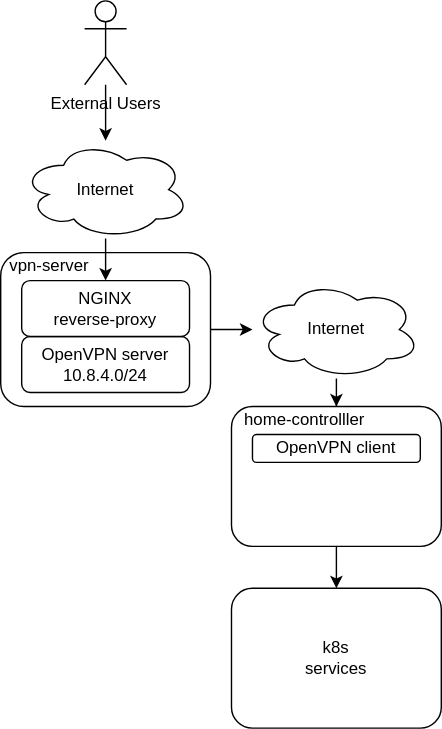
Earlier version of the draw.io export small-dc/docs/network-topology.svg (jveverka/guildelines-and-procedures). Source tidied: cells renumbered, new cells last; positions are measured from the earlier drawing's top-left corner, leaving out a move shared by most shapes. Its diagram source:
```xml
<mxGraphModel>
  <root>
    <mxCell id="0" />
    <mxCell id="1" parent="0" />
    <mxCell id="2" style="edgeStyle=orthogonalEdgeStyle;rounded=0;jettySize=auto;html=1;" parent="1" edge="1" source="3" target="12">
      <mxGeometry relative="1" as="geometry" />
    </mxCell>
    <mxCell id="3" style="rounded=1;whiteSpace=wrap;html=1;" parent="1" vertex="1">
      <mxGeometry y="180" width="150" height="110" as="geometry" />
    </mxCell>
    <mxCell id="4" value="OpenVPN server&lt;br&gt;10.8.4.0/24" style="rounded=1;whiteSpace=wrap;html=1;" parent="1" vertex="1">
      <mxGeometry x="15" y="240" width="120" height="40" as="geometry" />
    </mxCell>
    <mxCell id="5" value="vpn-server" style="text;html=1;strokeColor=none;fillColor=none;align=center;verticalAlign=middle;whiteSpace=wrap;rounded=0;" parent="1" vertex="1">
      <mxGeometry y="180" width="70" height="20" as="geometry" />
    </mxCell>
    <mxCell id="6" value="NGINX&lt;br&gt;reverse-proxy" style="rounded=1;whiteSpace=wrap;html=1;" parent="1" vertex="1">
      <mxGeometry x="15" y="200" width="120" height="40" as="geometry" />
    </mxCell>
    <mxCell id="7" style="edgeStyle=orthogonalEdgeStyle;rounded=0;jettySize=auto;html=1;" parent="1" edge="1" source="8" target="6">
      <mxGeometry relative="1" as="geometry" />
    </mxCell>
    <mxCell id="8" value="Internet" style="ellipse;shape=cloud;whiteSpace=wrap;html=1;" parent="1" vertex="1">
      <mxGeometry x="15" y="100" width="120" height="70" as="geometry" />
    </mxCell>
    <mxCell id="9" style="edgeStyle=orthogonalEdgeStyle;rounded=0;jettySize=auto;html=1;" parent="1" edge="1" source="10" target="8">
      <mxGeometry relative="1" as="geometry" />
    </mxCell>
    <mxCell id="10" value="External Users" style="shape=umlActor;verticalLabelPosition=bottom;verticalAlign=top;html=1;outlineConnect=0;" parent="1" vertex="1">
      <mxGeometry x="60" width="30" height="60" as="geometry" />
    </mxCell>
    <mxCell id="11" style="edgeStyle=orthogonalEdgeStyle;rounded=0;jettySize=auto;html=1;" parent="1" edge="1" source="12" target="14">
      <mxGeometry relative="1" as="geometry" />
    </mxCell>
    <mxCell id="12" value="Internet" style="ellipse;shape=cloud;whiteSpace=wrap;html=1;" parent="1" vertex="1">
      <mxGeometry x="180" y="200" width="120" height="70" as="geometry" />
    </mxCell>
    <mxCell id="13" style="edgeStyle=orthogonalEdgeStyle;rounded=0;jettySize=auto;html=1;" parent="1" edge="1" source="14" target="15">
      <mxGeometry relative="1" as="geometry" />
    </mxCell>
    <mxCell id="14" style="rounded=1;whiteSpace=wrap;html=1;" parent="1" vertex="1">
      <mxGeometry x="165" y="290" width="150" height="100" as="geometry" />
    </mxCell>
    <mxCell id="15" value="k8s&lt;br&gt;services" style="rounded=1;whiteSpace=wrap;html=1;" parent="1" vertex="1">
      <mxGeometry x="165" y="420" width="150" height="100" as="geometry" />
    </mxCell>
    <mxCell id="16" value="home-controlller" style="text;html=1;strokeColor=none;fillColor=none;align=center;verticalAlign=middle;whiteSpace=wrap;rounded=0;" parent="1" vertex="1">
      <mxGeometry x="165" y="290" width="105" height="20" as="geometry" />
    </mxCell>
    <mxCell id="17" value="OpenVPN client" style="rounded=1;whiteSpace=wrap;html=1;" parent="1" vertex="1">
      <mxGeometry x="180" y="310" width="120" height="20" as="geometry" />
    </mxCell>
  </root>
</mxGraphModel>
```
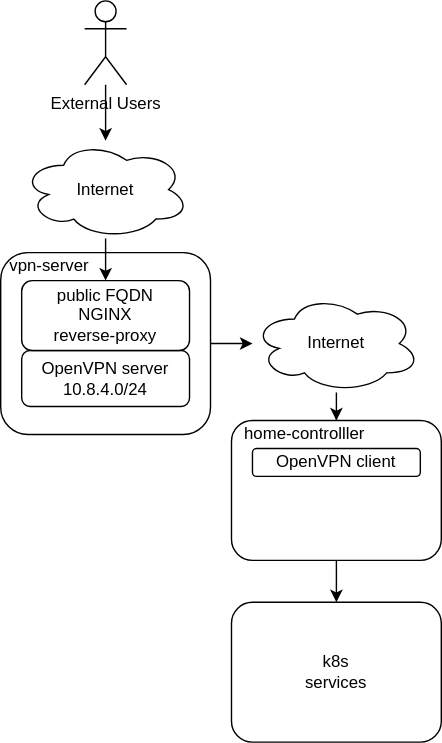
The same file after the commit.

Diff of the diagram source:
```diff
@@ -6,28 +6,28 @@
       <mxGeometry relative="1" as="geometry" />
     </mxCell>
     <mxCell id="3" style="rounded=1;whiteSpace=wrap;html=1;" parent="1" vertex="1">
-      <mxGeometry y="180" width="150" height="110" as="geometry" />
+      <mxGeometry y="170" width="150" height="130" as="geometry" />
     </mxCell>
     <mxCell id="4" value="OpenVPN server&lt;br&gt;10.8.4.0/24" style="rounded=1;whiteSpace=wrap;html=1;" parent="1" vertex="1">
       <mxGeometry x="15" y="240" width="120" height="40" as="geometry" />
     </mxCell>
     <mxCell id="5" value="vpn-server" style="text;html=1;strokeColor=none;fillColor=none;align=center;verticalAlign=middle;whiteSpace=wrap;rounded=0;" parent="1" vertex="1">
-      <mxGeometry y="180" width="70" height="20" as="geometry" />
+      <mxGeometry y="170" width="70" height="20" as="geometry" />
     </mxCell>
-    <mxCell id="6" value="NGINX&lt;br&gt;reverse-proxy" style="rounded=1;whiteSpace=wrap;html=1;" parent="1" vertex="1">
-      <mxGeometry x="15" y="200" width="120" height="40" as="geometry" />
+    <mxCell id="6" value="public FQDN&lt;br&gt;NGINX&lt;br&gt;reverse-proxy" style="rounded=1;whiteSpace=wrap;html=1;" parent="1" vertex="1">
+      <mxGeometry x="15" y="190" width="120" height="50" as="geometry" />
     </mxCell>
     <mxCell id="7" style="edgeStyle=orthogonalEdgeStyle;rounded=0;jettySize=auto;html=1;" parent="1" edge="1" source="8" target="6">
       <mxGeometry relative="1" as="geometry" />
     </mxCell>
     <mxCell id="8" value="Internet" style="ellipse;shape=cloud;whiteSpace=wrap;html=1;" parent="1" vertex="1">
-      <mxGeometry x="15" y="100" width="120" height="70" as="geometry" />
+      <mxGeometry x="15" y="90" width="120" height="70" as="geometry" />
     </mxCell>
     <mxCell id="9" style="edgeStyle=orthogonalEdgeStyle;rounded=0;jettySize=auto;html=1;" parent="1" edge="1" source="10" target="8">
       <mxGeometry relative="1" as="geometry" />
     </mxCell>
     <mxCell id="10" value="External Users" style="shape=umlActor;verticalLabelPosition=bottom;verticalAlign=top;html=1;outlineConnect=0;" parent="1" vertex="1">
-      <mxGeometry x="60" width="30" height="60" as="geometry" />
+      <mxGeometry x="60" y="-10" width="30" height="60" as="geometry" />
     </mxCell>
     <mxCell id="11" style="edgeStyle=orthogonalEdgeStyle;rounded=0;jettySize=auto;html=1;" parent="1" edge="1" source="12" target="14">
       <mxGeometry relative="1" as="geometry" />
```
